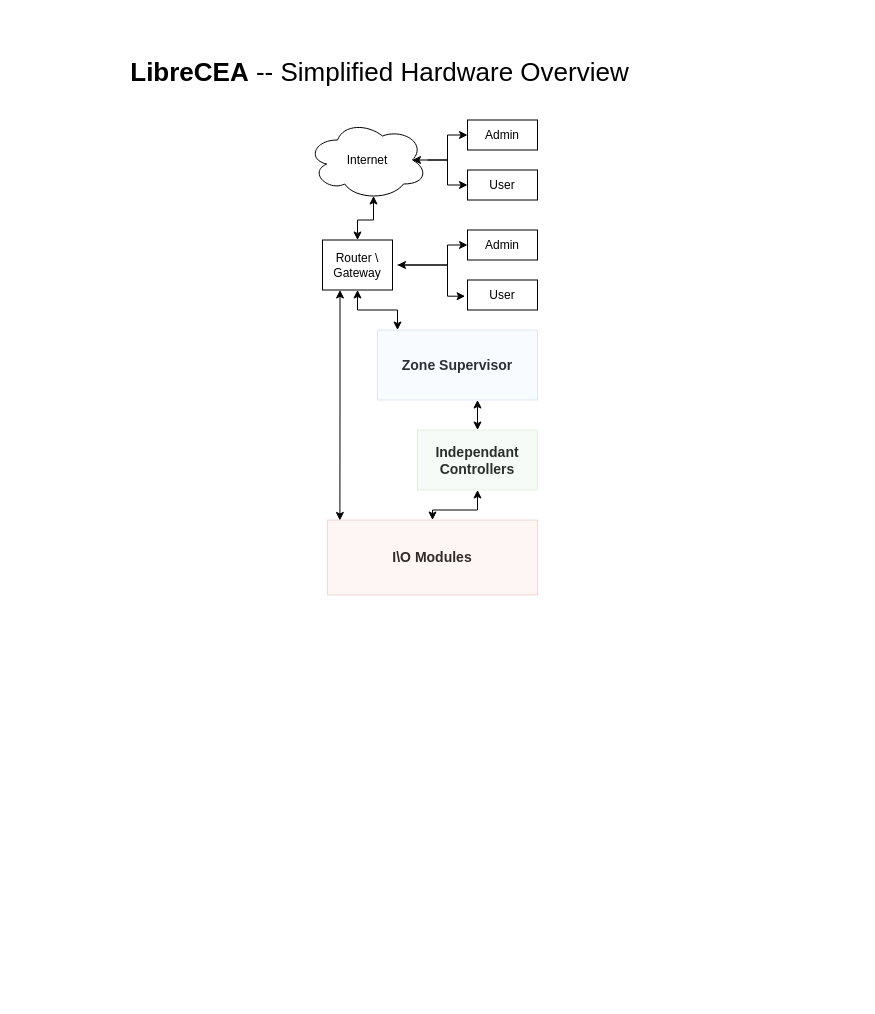
The draw.io diagram Untitled Diagram.drawio in LibreCEA/Project-Overview, before the edit. Source tidied: cells renumbered, new cells numbered last; positions are measured from the earlier drawing's top-left corner, leaving out a move shared by most shapes. Both pictures are drawn from the tidied source at 100%, with x=0, y=0 at pixel (37, 37).
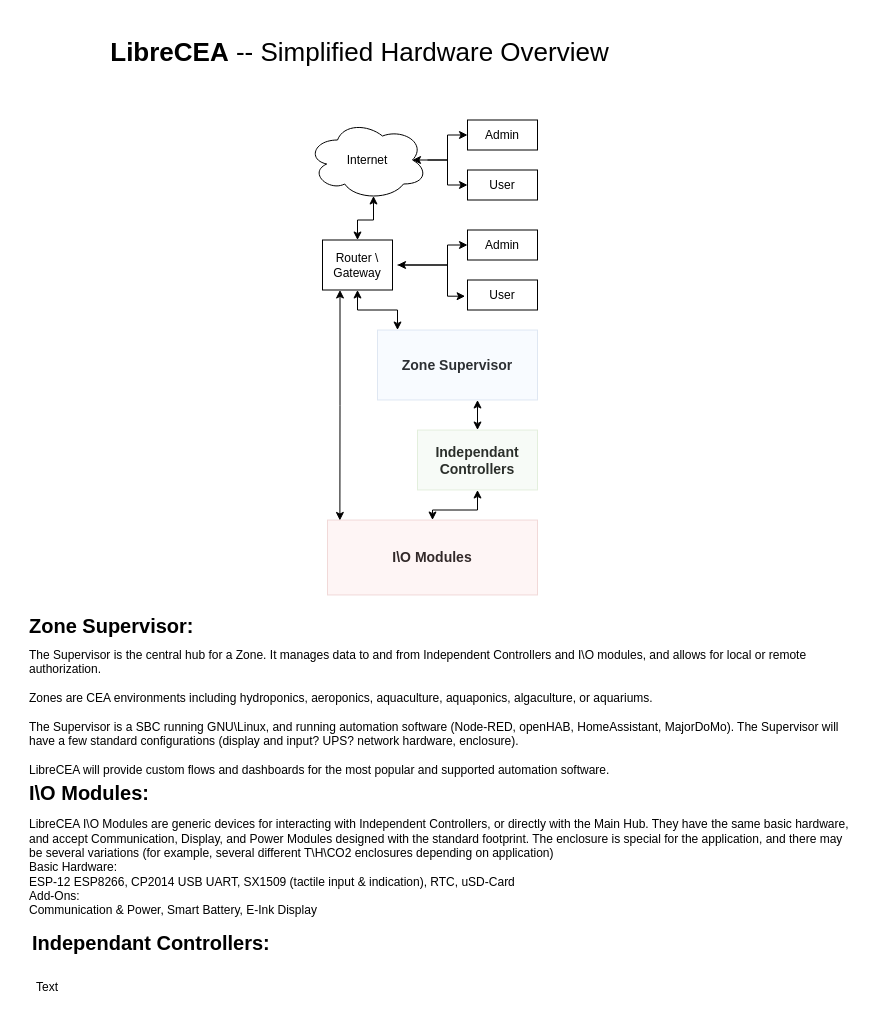
After the change.

Unchanged cells that the change refers to:
```xml
<mxCell id="16" style="rounded=0;whiteSpace=wrap;html=1;" parent="1" vertex="1">
  <mxGeometry x="285" y="202.5" width="70" height="50" as="geometry" />
</mxCell>
<mxCell id="28" style="rounded=0;whiteSpace=wrap;html=1;fillColor=#f8cecc;strokeColor=#b85450;opacity=20;" parent="1" vertex="1">
  <mxGeometry x="290" y="482.5" width="210" height="75" as="geometry" />
</mxCell>
```

Diff of the diagram source:
```diff
@@
     <mxCell id="15" style="edgeStyle=orthogonalEdgeStyle;rounded=0;jettySize=auto;html=1;exitX=0.25;exitY=1;exitDx=0;exitDy=0;entryX=0.059;entryY=0.006;entryDx=0;entryDy=0;entryPerimeter=0;startArrow=classic;startFill=1;" parent="1" edge="1" source="16" target="28">
-      <mxGeometry relative="1" as="geometry" />
+      <mxGeometry relative="1" as="geometry">
+        <Array as="points">
+          <mxPoint x="303" y="368" />
+        </Array>
+      </mxGeometry>
     </mxCell>
@@
     <mxCell id="29" value="&lt;font style=&quot;font-size: 26px&quot;&gt;&lt;b&gt;&lt;font style=&quot;font-size: 26px&quot;&gt;LibreCEA&lt;/font&gt;&lt;/b&gt; -- Simplified Hardware Overview&lt;/font&gt;" style="text;html=1;strokeColor=none;fillColor=none;align=center;verticalAlign=middle;whiteSpace=wrap;rounded=0;opacity=20;" parent="1" vertex="1">
-      <mxGeometry width="685" height="70" as="geometry" />
+      <mxGeometry x="-20" y="-20" width="685" height="70" as="geometry" />
     </mxCell>
+    <mxCell id="30" value="&lt;div align=&quot;left&quot;&gt;&lt;b&gt;&lt;font style=&quot;font-size: 20px&quot;&gt;Zone Supervisor:&lt;/font&gt;&lt;/b&gt;&lt;/div&gt;" style="text;html=1;strokeColor=none;fillColor=none;align=left;verticalAlign=middle;whiteSpace=wrap;rounded=0;" parent="1" vertex="1">
+      <mxGeometry x="-10" y="557.5" width="210" height="60" as="geometry" />
+    </mxCell>
+    <mxCell id="31" value="&lt;div align=&quot;left&quot;&gt;&lt;b&gt;&lt;font style=&quot;font-size: 20px&quot;&gt;Independant Controllers:&lt;br&gt;&lt;/font&gt;&lt;/b&gt;&lt;/div&gt;" style="text;html=1;strokeColor=none;fillColor=none;align=left;verticalAlign=middle;whiteSpace=wrap;rounded=0;" parent="1" vertex="1">
+      <mxGeometry x="-7" y="890" width="330" height="30" as="geometry" />
+    </mxCell>
+    <mxCell id="32" value="&lt;b&gt;&lt;font style=&quot;font-size: 20px&quot;&gt;I\O Modules:&lt;/font&gt;&lt;/b&gt;" style="text;html=1;strokeColor=none;fillColor=none;align=left;verticalAlign=middle;whiteSpace=wrap;rounded=0;" parent="1" vertex="1">
+      <mxGeometry x="-10" y="740" width="210" height="30" as="geometry" />
+    </mxCell>
+    <mxCell id="33" value="The Supervisor is the central hub for a Zone. It manages data to and from Independent Controllers and I\O modules, and allows for local or remote authorization. &lt;br&gt;&lt;br&gt;Zones are CEA environments including hydroponics, aeroponics, aquaculture, aquaponics, algaculture, or aquariums. &lt;br&gt;&lt;br&gt;The Supervisor is a SBC running GNU\Linux, and running automation software (Node-RED, openHAB, HomeAssistant, MajorDoMo). The Supervisor will have a few standard configurations (display and input? UPS? network hardware, enclosure). &amp;nbsp;&lt;br&gt;&lt;br&gt;LibreCEA will provide custom flows and dashboards for the most popular and supported automation software. " style="text;html=1;strokeColor=none;fillColor=none;align=left;verticalAlign=middle;whiteSpace=wrap;rounded=0;" parent="1" vertex="1">
+      <mxGeometry x="-10" y="600" width="830" height="150" as="geometry" />
+    </mxCell>
+    <mxCell id="34" value="LibreCEA I\O Modules are generic devices for interacting with Independent Controllers, or directly with the Main Hub. They have the same basic hardware, and accept Communication, Display, and Power Modules designed with the standard footprint. The enclosure is special for the application, and there may be several variations (for example, several different T\H\CO2 enclosures depending on application)&lt;br&gt;Basic Hardware: &lt;br&gt;ESP-12 ESP8266, CP2014 USB UART, SX1509 (tactile input &amp;amp; indication), RTC, uSD-Card&lt;br&gt;Add-Ons:&lt;br&gt;Communication &amp;amp; Power, Smart Battery, E-Ink Display&amp;nbsp; " style="text;html=1;strokeColor=none;fillColor=none;align=left;verticalAlign=middle;whiteSpace=wrap;rounded=0;" parent="1" vertex="1">
+      <mxGeometry x="-10" y="770" width="831" height="120" as="geometry" />
+    </mxCell>
+    <mxCell id="35" value="Text" style="text;html=1;strokeColor=none;fillColor=none;align=center;verticalAlign=middle;whiteSpace=wrap;rounded=0;" parent="1" vertex="1">
+      <mxGeometry x="-10" y="940" width="40" height="20" as="geometry" />
+    </mxCell>
```
